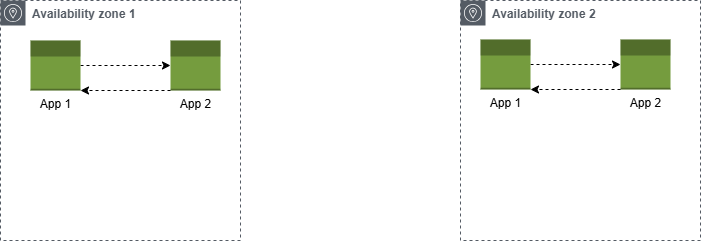
shilpathota/FlowCharts keeps this draw.io diagram as awsarchitect.drawio.png. Above is the earlier version. Source tidied: cells renumbered, new cells last; positions are measured from the earlier drawing's top-left corner, leaving out a move shared by most shapes.
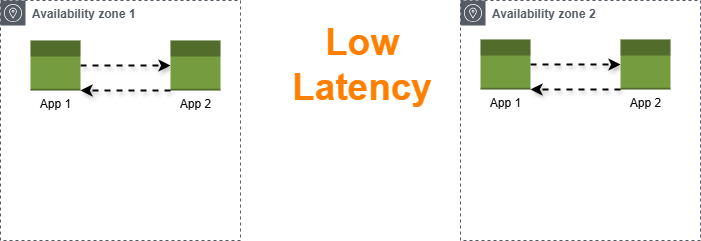
After the commit.

Diff of the diagram source:
```diff
@@ -1,14 +1,14 @@
 <mxGraphModel>
   <root>
     <mxCell id="0" />
-    <mxCell id="1" parent="0" />
+    <mxCell id="1" value="Layer1" parent="0" />
     <mxCell id="2" value="Availability zone 1" style="sketch=0;gradientColor=none;html=1;whiteSpace=wrap;fontSize=12;fontStyle=1;shape=mxgraph.aws4.group;grIcon=mxgraph.aws4.group_availability_zone;strokeColor=#545B64;fillColor=none;verticalAlign=top;align=left;spacingLeft=30;fontColor=#545B64;dashed=1;" parent="1" vertex="1">
       <mxGeometry width="240" height="240" as="geometry" />
     </mxCell>
     <mxCell id="3" value="Availability zone 2" style="sketch=0;gradientColor=none;html=1;whiteSpace=wrap;fontSize=12;fontStyle=1;shape=mxgraph.aws4.group;grIcon=mxgraph.aws4.group_availability_zone;strokeColor=#545B64;fillColor=none;verticalAlign=top;align=left;spacingLeft=30;fontColor=#545B64;dashed=1;" parent="1" vertex="1">
       <mxGeometry x="460" width="240" height="240" as="geometry" />
     </mxCell>
-    <mxCell id="4" style="edgeStyle=orthogonalEdgeStyle;rounded=0;jettySize=auto;html=1;exitX=1;exitY=0.5;exitDx=0;exitDy=0;exitPerimeter=0;dashed=1;" parent="1" edge="1" source="5" target="6">
+    <mxCell id="4" style="edgeStyle=orthogonalEdgeStyle;rounded=0;jettySize=auto;html=1;exitX=1;exitY=0.5;exitDx=0;exitDy=0;exitPerimeter=0;dashed=1;flowAnimation=1;shadow=1;strokeWidth=2;" parent="1" edge="1" source="5" target="6">
       <mxGeometry relative="1" as="geometry" />
     </mxCell>
     <mxCell id="5" value="App 1" style="outlineConnect=0;dashed=0;verticalLabelPosition=bottom;verticalAlign=top;align=center;html=1;shape=mxgraph.aws3.apps;fillColor=#759C3E;gradientColor=none;" parent="1" vertex="1">
@@ -17,10 +17,10 @@
     <mxCell id="6" value="App 2" style="outlineConnect=0;dashed=0;verticalLabelPosition=bottom;verticalAlign=top;align=center;html=1;shape=mxgraph.aws3.apps;fillColor=#759C3E;gradientColor=none;" parent="1" vertex="1">
       <mxGeometry x="170" y="40" width="50" height="50" as="geometry" />
     </mxCell>
-    <mxCell id="7" style="endArrow=classic;html=1;rounded=0;exitX=0;exitY=1;exitDx=0;exitDy=0;exitPerimeter=0;entryX=1;entryY=1;entryDx=0;entryDy=0;entryPerimeter=0;dashed=1;" parent="1" edge="1" source="6" target="5">
+    <mxCell id="7" style="endArrow=classic;html=1;rounded=0;exitX=0;exitY=1;exitDx=0;exitDy=0;exitPerimeter=0;entryX=1;entryY=1;entryDx=0;entryDy=0;entryPerimeter=0;dashed=1;flowAnimation=1;shadow=1;strokeWidth=2;" parent="1" edge="1" source="6" target="5">
       <mxGeometry relative="1" as="geometry" />
     </mxCell>
-    <mxCell id="8" style="edgeStyle=orthogonalEdgeStyle;rounded=0;jettySize=auto;html=1;exitX=1;exitY=0.5;exitDx=0;exitDy=0;exitPerimeter=0;dashed=1;" parent="1" edge="1" source="9" target="10">
+    <mxCell id="8" style="edgeStyle=orthogonalEdgeStyle;rounded=0;jettySize=auto;html=1;exitX=1;exitY=0.5;exitDx=0;exitDy=0;exitPerimeter=0;dashed=1;flowAnimation=1;shadow=1;strokeWidth=2;" parent="1" edge="1" source="9" target="10">
       <mxGeometry relative="1" as="geometry" />
     </mxCell>
     <mxCell id="9" value="App 1" style="outlineConnect=0;dashed=0;verticalLabelPosition=bottom;verticalAlign=top;align=center;html=1;shape=mxgraph.aws3.apps;fillColor=#759C3E;gradientColor=none;" parent="1" vertex="1">
@@ -29,8 +29,11 @@
     <mxCell id="10" value="App 2" style="outlineConnect=0;dashed=0;verticalLabelPosition=bottom;verticalAlign=top;align=center;html=1;shape=mxgraph.aws3.apps;fillColor=#759C3E;gradientColor=none;" parent="1" vertex="1">
       <mxGeometry x="620" y="39" width="50" height="50" as="geometry" />
     </mxCell>
-    <mxCell id="11" style="endArrow=classic;html=1;rounded=0;exitX=0;exitY=1;exitDx=0;exitDy=0;exitPerimeter=0;entryX=1;entryY=1;entryDx=0;entryDy=0;entryPerimeter=0;dashed=1;" parent="1" edge="1" source="10" target="9">
+    <mxCell id="11" style="endArrow=classic;html=1;rounded=0;exitX=0;exitY=1;exitDx=0;exitDy=0;exitPerimeter=0;entryX=1;entryY=1;entryDx=0;entryDy=0;entryPerimeter=0;dashed=1;flowAnimation=1;shadow=1;strokeWidth=2;" parent="1" edge="1" source="10" target="9">
       <mxGeometry relative="1" as="geometry" />
     </mxCell>
+    <mxCell id="12" value="Low Latency" style="text;html=1;align=center;verticalAlign=middle;whiteSpace=wrap;rounded=0;fontStyle=1;fontSize=37;fontColor=#FF8000;" parent="1" vertex="1">
+      <mxGeometry x="304" y="50" width="116" height="30" as="geometry" />
+    </mxCell>
   </root>
 </mxGraphModel>
```
